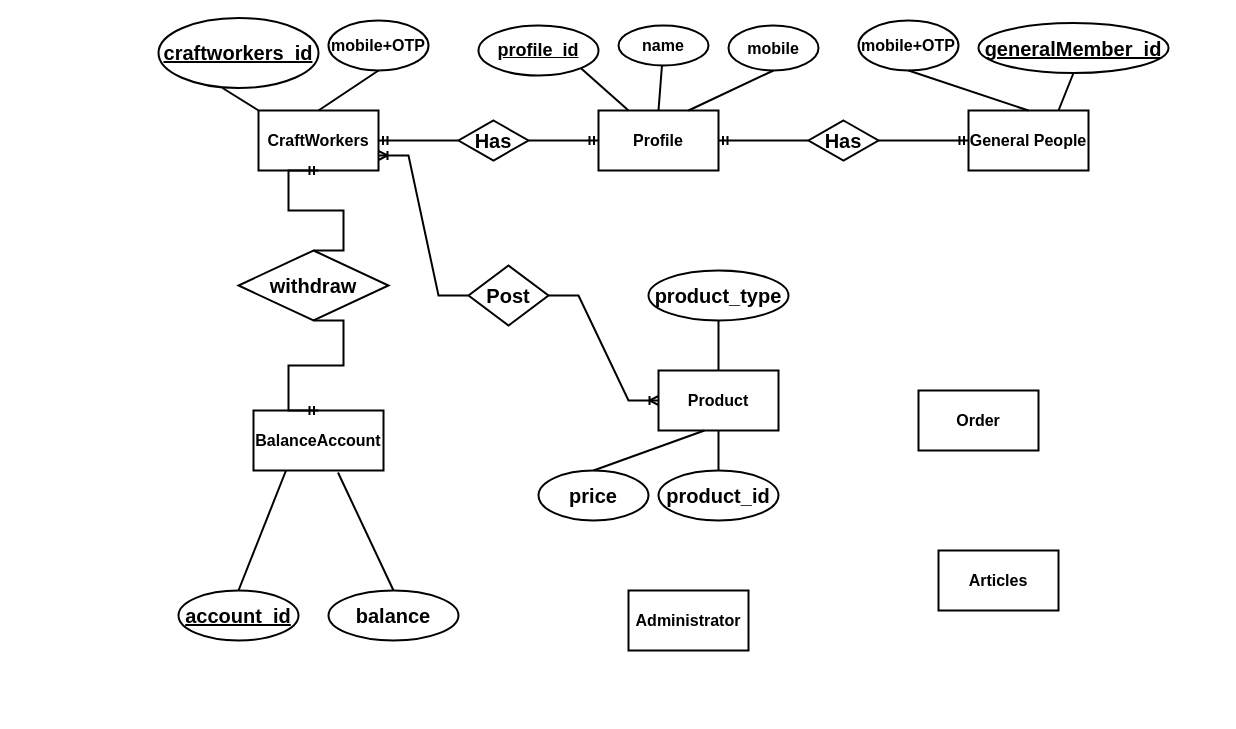
This is erd.drawio from Fatema-A-Ferdaus/se231, a draw.io file, before an edit. Source tidied: cells renumbered, new cells numbered last; positions are measured from the earlier drawing's top-left corner, leaving out a move shared by most shapes. Both pictures are drawn from the tidied source at 100%, with x=0, y=0 at pixel (158, 18).
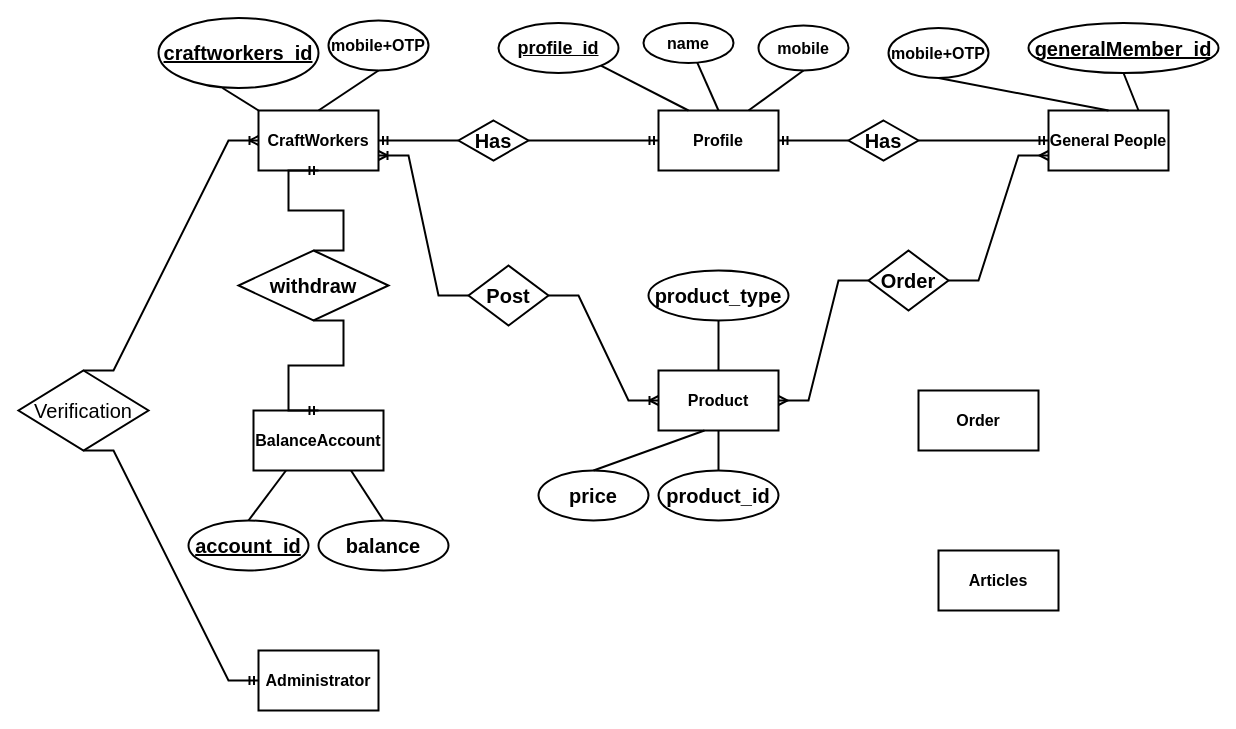
Above is the later version.

Unchanged cells that the change refers to:
```xml
<mxCell id="2" value="&lt;b&gt;&lt;font style=&quot;font-size: 16px&quot;&gt;CraftWorkers&lt;/font&gt;&lt;/b&gt;" style="rounded=0;whiteSpace=wrap;html=1;strokeWidth=2;" parent="1" vertex="1">
  <mxGeometry x="100" y="92" width="120" height="60" as="geometry" />
</mxCell>
<mxCell id="6" value="&lt;b&gt;Product&lt;/b&gt;" style="rounded=0;whiteSpace=wrap;html=1;fontSize=16;strokeWidth=2;" parent="1" vertex="1">
  <mxGeometry x="500" y="352" width="120" height="60" as="geometry" />
</mxCell>
<mxCell id="7" value="&lt;b&gt;BalanceAccount&lt;/b&gt;" style="rounded=0;whiteSpace=wrap;html=1;fontSize=16;strokeWidth=2;" parent="1" vertex="1">
  <mxGeometry x="95" y="392" width="130" height="60" as="geometry" />
</mxCell>
```

Change to the diagram source:
```diff
@@
     <mxCell id="3" value="&lt;font style=&quot;font-size: 16px&quot;&gt;&lt;b&gt;&lt;font style=&quot;font-size: 16px&quot;&gt;Profile&lt;/font&gt;&lt;/b&gt;&lt;/font&gt;" style="rounded=0;whiteSpace=wrap;html=1;fontSize=16;strokeWidth=2;" parent="1" vertex="1">
-      <mxGeometry x="440" y="92" width="120" height="60" as="geometry" />
+      <mxGeometry x="500" y="92" width="120" height="60" as="geometry" />
     </mxCell>
     <mxCell id="4" value="&lt;b&gt;General People&lt;/b&gt;" style="rounded=0;whiteSpace=wrap;html=1;fontSize=16;strokeWidth=2;" parent="1" vertex="1">
-      <mxGeometry x="810" y="92" width="120" height="60" as="geometry" />
+      <mxGeometry x="890" y="92" width="120" height="60" as="geometry" />
     </mxCell>
@@
     <mxCell id="9" value="&lt;b&gt;Administrator&lt;/b&gt;" style="rounded=0;whiteSpace=wrap;html=1;fontSize=16;strokeWidth=2;" parent="1" vertex="1">
-      <mxGeometry x="470" y="572" width="120" height="60" as="geometry" />
+      <mxGeometry x="100" y="632" width="120" height="60" as="geometry" />
     </mxCell>
     <mxCell id="10" value="&lt;b&gt;name&lt;/b&gt;" style="ellipse;whiteSpace=wrap;html=1;fontSize=16;strokeWidth=2;" parent="1" vertex="1">
-      <mxGeometry x="460" y="7" width="90" height="40" as="geometry" />
+      <mxGeometry x="485" y="4.5" width="90" height="40" as="geometry" />
     </mxCell>
     <mxCell id="11" value="&lt;b&gt;mobile&lt;/b&gt;" style="ellipse;whiteSpace=wrap;html=1;fontSize=16;strokeWidth=2;" parent="1" vertex="1">
-      <mxGeometry x="570" y="7" width="90" height="45" as="geometry" />
+      <mxGeometry x="600" y="7" width="90" height="45" as="geometry" />
     </mxCell>
     <mxCell id="12" value="&lt;font style=&quot;font-size: 18px&quot;&gt;&lt;u&gt;&lt;b&gt;profile_id&lt;/b&gt;&lt;/u&gt;&lt;/font&gt;" style="ellipse;whiteSpace=wrap;html=1;fontSize=16;strokeWidth=2;" parent="1" vertex="1">
-      <mxGeometry x="320" y="7" width="120" height="50" as="geometry" />
+      <mxGeometry x="340" y="4.5" width="120" height="50" as="geometry" />
     </mxCell>
@@
     <mxCell id="20" value="&lt;u&gt;&lt;b&gt;generalMember_id&lt;/b&gt;&lt;/u&gt;" style="ellipse;whiteSpace=wrap;html=1;fontSize=20;strokeWidth=2;" parent="1" vertex="1">
-      <mxGeometry x="820" y="4.5" width="190" height="50" as="geometry" />
+      <mxGeometry x="870" y="4.5" width="190" height="50" as="geometry" />
     </mxCell>
@@
     <mxCell id="22" value="&lt;b&gt;mobile+OTP&lt;/b&gt;" style="ellipse;whiteSpace=wrap;html=1;fontSize=16;strokeWidth=2;" parent="1" vertex="1">
-      <mxGeometry x="700" y="2" width="100" height="50" as="geometry" />
+      <mxGeometry x="730" y="9.5" width="100" height="50" as="geometry" />
     </mxCell>
@@
     <mxCell id="24" value="&lt;u&gt;&lt;b&gt;account_id&lt;/b&gt;&lt;/u&gt;" style="ellipse;whiteSpace=wrap;html=1;fontSize=20;strokeWidth=2;" parent="1" vertex="1">
-      <mxGeometry x="20" y="572" width="120" height="50" as="geometry" />
+      <mxGeometry x="30" y="502" width="120" height="50" as="geometry" />
     </mxCell>
     <mxCell id="25" value="&lt;b&gt;balance&lt;/b&gt;" style="ellipse;whiteSpace=wrap;html=1;fontSize=20;strokeWidth=2;" parent="1" vertex="1">
-      <mxGeometry x="170" y="572" width="130" height="50" as="geometry" />
+      <mxGeometry x="160" y="502" width="130" height="50" as="geometry" />
     </mxCell>
@@
-    <mxCell id="27" style="endArrow=none;html=1;rounded=0;fontSize=20;entryX=0.65;entryY=1.033;entryDx=0;entryDy=0;entryPerimeter=0;exitX=0.5;exitY=0;exitDx=0;exitDy=0;strokeWidth=2;" parent="1" edge="1" source="25" target="7">
+    <mxCell id="27" style="endArrow=none;html=1;rounded=0;fontSize=20;entryX=0.75;entryY=1;entryDx=0;entryDy=0;exitX=0.5;exitY=0;exitDx=0;exitDy=0;strokeWidth=2;" parent="1" edge="1" source="25" target="7">
       <mxGeometry relative="1" as="geometry" />
     </mxCell>
@@
     <mxCell id="32" value="&lt;b&gt;Has&lt;/b&gt;" style="rhombus;whiteSpace=wrap;html=1;fontSize=20;strokeWidth=2;" parent="1" vertex="1">
-      <mxGeometry x="650" y="102" width="70" height="40" as="geometry" />
+      <mxGeometry x="690" y="102" width="70" height="40" as="geometry" />
     </mxCell>
@@
+    <mxCell id="46" style="edgeStyle=entityRelationEdgeStyle;fontSize=12;html=1;endArrow=ERmany;startArrow=none;rounded=0;strokeWidth=2;exitX=1;exitY=0.5;exitDx=0;exitDy=0;entryX=0;entryY=0.75;entryDx=0;entryDy=0;" parent="1" edge="1" source="47" target="4">
+      <mxGeometry relative="1" as="geometry" />
+    </mxCell>
+    <mxCell id="47" value="&lt;b&gt;Order&lt;/b&gt;" style="rhombus;whiteSpace=wrap;html=1;fontSize=20;strokeWidth=2;" parent="1" vertex="1">
+      <mxGeometry x="710" y="232" width="80" height="60" as="geometry" />
+    </mxCell>
+    <mxCell id="48" style="edgeStyle=entityRelationEdgeStyle;fontSize=12;html=1;endArrow=none;startArrow=ERmany;rounded=0;strokeWidth=2;exitX=1;exitY=0.5;exitDx=0;exitDy=0;" parent="1" edge="1" source="6">
+      <mxGeometry relative="1" as="geometry">
+        <mxPoint x="710" y="262" as="targetPoint" />
+      </mxGeometry>
+    </mxCell>
+    <mxCell id="49" style="edgeStyle=entityRelationEdgeStyle;fontSize=12;html=1;endArrow=ERoneToMany;startArrow=none;rounded=0;strokeWidth=2;exitX=0.5;exitY=0;exitDx=0;exitDy=0;entryX=0;entryY=0.5;entryDx=0;entryDy=0;" parent="1" edge="1" source="50" target="2">
+      <mxGeometry relative="1" as="geometry" />
+    </mxCell>
+    <mxCell id="50" value="Verification" style="rhombus;whiteSpace=wrap;html=1;fontSize=20;strokeWidth=2;" parent="1" vertex="1">
+      <mxGeometry x="-140" y="352" width="130" height="80" as="geometry" />
+    </mxCell>
+    <mxCell id="51" style="edgeStyle=entityRelationEdgeStyle;fontSize=12;html=1;endArrow=none;startArrow=ERmandOne;rounded=0;strokeWidth=2;exitX=0;exitY=0.5;exitDx=0;exitDy=0;entryX=0.5;entryY=1;entryDx=0;entryDy=0;" parent="1" edge="1" source="9" target="50">
+      <mxGeometry relative="1" as="geometry" />
+    </mxCell>
```
